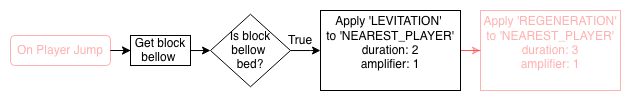
Earlier version of the draw.io export tutorials/python-islands/island-7/bed_bouncer/images/flowchart-landscape_2.png (CausewayDigital/Minecraft-EE-MakeCode). Source tidied: cells renumbered, new cells last; positions are measured from the earlier drawing's top-left corner, leaving out a move shared by most shapes.
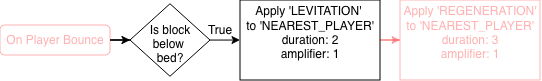
Above is the later version.

What changed in the source:
```diff
@@ -2,35 +2,31 @@
   <root>
     <mxCell id="0" />
     <mxCell id="1" parent="0" />
-    <mxCell id="2" style="edgeStyle=orthogonalEdgeStyle;rounded=0;jettySize=auto;html=1;" parent="1" edge="1" source="3" target="11">
-      <mxGeometry relative="1" as="geometry" />
+    <mxCell id="2" style="edgeStyle=orthogonalEdgeStyle;rounded=0;jettySize=auto;html=1;" parent="1" edge="1" source="3">
+      <mxGeometry relative="1" as="geometry">
+        <mxPoint x="200" y="40" as="targetPoint" />
+      </mxGeometry>
     </mxCell>
-    <mxCell id="3" value="On Player Jump" style="rounded=1;whiteSpace=wrap;html=1;strokeColor=#FF0000;opacity=30;fontColor=#FF0000;textOpacity=30;" parent="1" vertex="1">
-      <mxGeometry y="25" width="100" height="30" as="geometry" />
+    <mxCell id="3" value="On Player Bounce" style="rounded=1;whiteSpace=wrap;html=1;strokeColor=#FF0000;opacity=30;textOpacity=30;fontColor=#FF0000;" parent="1" vertex="1">
+      <mxGeometry x="70" y="25" width="110" height="30" as="geometry" />
     </mxCell>
     <mxCell id="4" style="edgeStyle=orthogonalEdgeStyle;rounded=0;jettySize=auto;html=1;" parent="1" edge="1" source="5" target="7">
       <mxGeometry relative="1" as="geometry" />
     </mxCell>
-    <mxCell id="5" value="&lt;div&gt;Is block&lt;/div&gt;&lt;div&gt;bellow&amp;nbsp;&lt;/div&gt;&lt;div&gt;bed?&lt;/div&gt;" style="rhombus;whiteSpace=wrap;html=1;" parent="1" vertex="1">
+    <mxCell id="5" value="&lt;div&gt;Is block&lt;/div&gt;&lt;div&gt;below&amp;nbsp;&lt;/div&gt;&lt;div&gt;bed?&lt;/div&gt;" style="rhombus;whiteSpace=wrap;html=1;spacingTop=8;" parent="1" vertex="1">
       <mxGeometry x="200" y="3.8" width="80" height="72.5" as="geometry" />
     </mxCell>
-    <mxCell id="6" style="edgeStyle=orthogonalEdgeStyle;rounded=0;jettySize=auto;html=1;strokeColor=#FF0000;opacity=30;fontColor=#FF0000;textOpacity=30;" parent="1" edge="1" source="7" target="8">
+    <mxCell id="6" style="edgeStyle=orthogonalEdgeStyle;rounded=0;jettySize=auto;html=1;strokeColor=#FF0000;opacity=30;textOpacity=30;fontColor=#FF0000;" parent="1" edge="1" source="7" target="8">
       <mxGeometry relative="1" as="geometry" />
     </mxCell>
     <mxCell id="7" value="&lt;div align=&quot;center&quot;&gt;Apply 'LEVITATION'&amp;nbsp;&lt;/div&gt;&lt;div align=&quot;center&quot;&gt;to 'NEAREST_PLAYER'&lt;/div&gt;&lt;div align=&quot;center&quot;&gt;duration: 2&lt;/div&gt;&lt;div align=&quot;center&quot;&gt;amplifier: 1&lt;/div&gt;&lt;div&gt;&lt;span style=&quot;color: rgba(0, 0, 0, 0); font-family: monospace; font-size: 0px;&quot;&gt;%3CmxGraphModel%3E%3Croot%3E%3CmxCell%20id%3D%220%22%2F%3E%3CmxCell%20id%3D%221%22%20parent%3D%220%22%2F%3E%3CmxCell%20id%3D%222%22%20value%3D%22On%20Player%20Jump%22%20style%3D%22rounded%3D1%3BwhiteSpace%3Dwrap%3Bhtml%3D1%3B%22%20vertex%3D%221%22%20parent%3D%221%22%3E%3CmxGeometry%20x%3D%22540%22%20y%3D%22280%22%20width%3D%22120%22%20height%3D%2240%22%20as%3D%22geometry%22%2F%3E%3C%2FmxCell%3E%3C%2Froot%3E%3C%2FmxGraphMod&lt;/span&gt;&lt;/div&gt;" style="rounded=0;whiteSpace=wrap;html=1;" parent="1" vertex="1">
       <mxGeometry x="310" width="140" height="80" as="geometry" />
     </mxCell>
-    <mxCell id="8" value="&lt;div&gt;Apply 'REGENERATION'&lt;/div&gt;&lt;div&gt;to 'NEAREST_PLAYER'&lt;/div&gt;&lt;div&gt;duration: 3&lt;/div&gt;&lt;div&gt;amplifier: 1&lt;/div&gt;&lt;div&gt;&lt;span style=&quot;font-family: monospace; font-size: 0px;&quot;&gt;Ddur%3CmxGraphModel%3E%3Croot%3E%3CmxCell%20id%3D%220%22%2F%3E%3CmxCell%20id%3D%221%22%20parent%3D%220%22%2F%3E%3CmxCell%20id%3D%222%22%20value%3D%22On%20Player%20Jump%22%20style%3D%22rounded%3D1%3BwhiteSpace%3Dwrap%3Bhtml%3D1%3B%22%20vertex%3D%221%22%20parent%3D%221%22%3E%3CmxGeometry%20x%3D%22540%22%20y%3D%22280%22%20width%3D%22120%22%20height%3D%2240%22%20as%3D%22geometry%22%2F%3E%3C%2FmxCell%3E%3C%2Froot%3E%3C%2FmxGraphModel%3Ed&lt;/span&gt;&lt;/div&gt;" style="rounded=0;whiteSpace=wrap;html=1;strokeColor=#FF0000;opacity=30;fontColor=#FF0000;textOpacity=30;" parent="1" vertex="1">
+    <mxCell id="8" value="&lt;div&gt;Apply 'REGENERATION'&lt;/div&gt;&lt;div&gt;to 'NEAREST_PLAYER'&lt;/div&gt;&lt;div&gt;duration: 3&lt;/div&gt;&lt;div&gt;amplifier: 1&lt;/div&gt;&lt;div&gt;&lt;span style=&quot;font-family: monospace; font-size: 0px;&quot;&gt;Ddur%3CmxGraphModel%3E%3Croot%3E%3CmxCell%20id%3D%220%22%2F%3E%3CmxCell%20id%3D%221%22%20parent%3D%220%22%2F%3E%3CmxCell%20id%3D%222%22%20value%3D%22On%20Player%20Jump%22%20style%3D%22rounded%3D1%3BwhiteSpace%3Dwrap%3Bhtml%3D1%3B%22%20vertex%3D%221%22%20parent%3D%221%22%3E%3CmxGeometry%20x%3D%22540%22%20y%3D%22280%22%20width%3D%22120%22%20height%3D%2240%22%20as%3D%22geometry%22%2F%3E%3C%2FmxCell%3E%3C%2Froot%3E%3C%2FmxGraphModel%3Ed&lt;/span&gt;&lt;/div&gt;" style="rounded=0;whiteSpace=wrap;html=1;strokeColor=#FF0000;opacity=30;textOpacity=30;fontColor=#FF0000;" parent="1" vertex="1">
       <mxGeometry x="470" width="140" height="80" as="geometry" />
     </mxCell>
     <mxCell id="9" value="True" style="text;html=1;strokeColor=none;fillColor=none;align=center;verticalAlign=middle;whiteSpace=wrap;rounded=0;" parent="1" vertex="1">
       <mxGeometry x="270" y="20" width="40" height="20" as="geometry" />
     </mxCell>
-    <mxCell id="10" style="edgeStyle=orthogonalEdgeStyle;rounded=0;jettySize=auto;html=1;" parent="1" edge="1" source="11" target="5">
-      <mxGeometry relative="1" as="geometry" />
-    </mxCell>
-    <mxCell id="11" value="Get block bellow&amp;nbsp;" style="rounded=0;whiteSpace=wrap;html=1;" parent="1" vertex="1">
-      <mxGeometry x="120" y="25" width="60" height="30" as="geometry" />
-    </mxCell>
   </root>
 </mxGraphModel>
```
